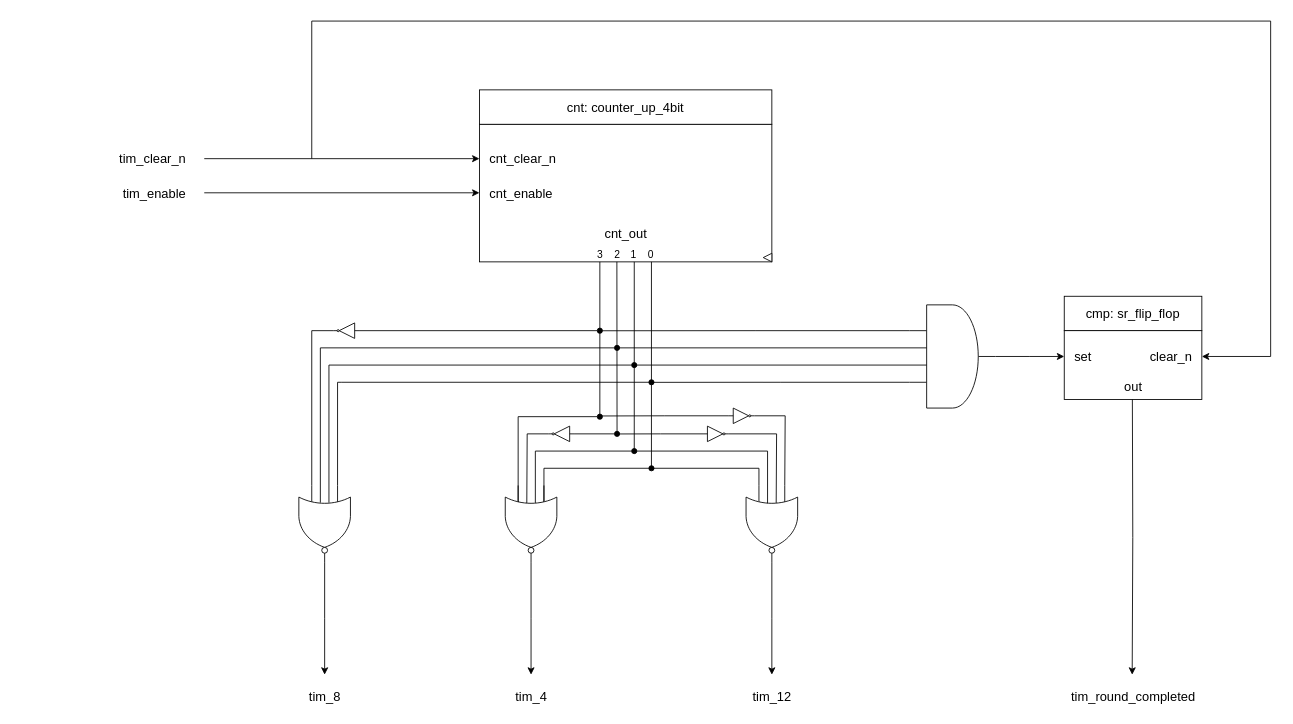
AndreaBononi/IP_cores keeps this draw.io diagram as page "timer_m16" (4 of 4) of IP_cores/AvalonMM_to_hRAM/SSRAM_to_hRAM_v1/rtl/SSRAM_to_hRAM.drawio. Above is the earlier version. Source tidied: cells renumbered, new cells numbered last; positions are measured from the earlier drawing's top-left corner, leaving out a move shared by most shapes. Both pictures are drawn from the tidied source at 86%, with x=0, y=0 at pixel (101, 21).
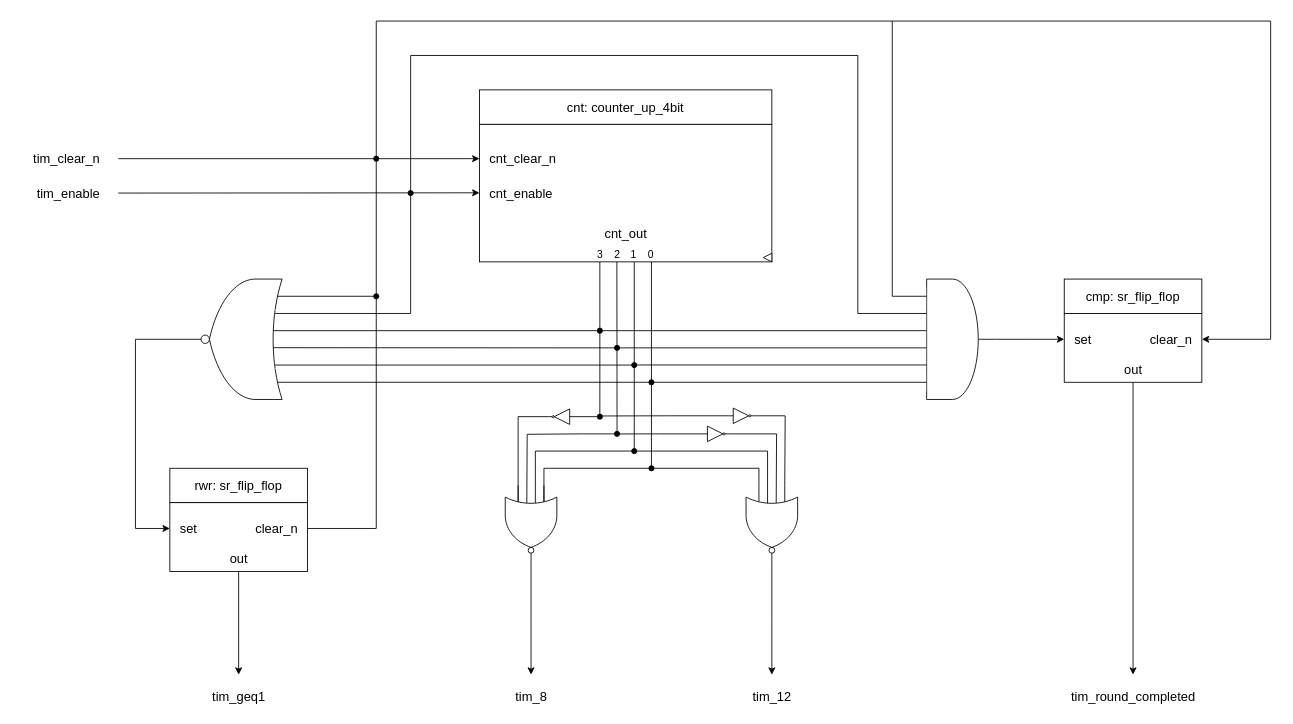
Above is the later version.

What changed in the source:
```diff
@@
     <mxCell id="3" value="tim_enable" style="text;html=1;align=right;verticalAlign=middle;strokeColor=none;fillColor=none;fontSize=15;rotation=0;" parent="1" vertex="1">
-      <mxGeometry y="185" width="100" height="30" as="geometry" />
+      <mxGeometry x="-100" y="185" width="100" height="30" as="geometry" />
     </mxCell>
     <mxCell id="4" value="tim_clear_n" style="text;html=1;align=right;verticalAlign=middle;strokeColor=none;fillColor=none;fontSize=15;rotation=0;" parent="1" vertex="1">
-      <mxGeometry y="145" width="100" height="30" as="geometry" />
+      <mxGeometry x="-100" y="145" width="100" height="30" as="geometry" />
     </mxCell>
@@
     <mxCell id="6" value="tim_8" style="text;html=1;align=center;verticalAlign=middle;strokeColor=none;fillColor=none;fontSize=15;rotation=0;" parent="1" vertex="1">
-      <mxGeometry x="230" y="770" width="60" height="30" as="geometry" />
+      <mxGeometry x="470" y="770" width="60" height="30" as="geometry" />
     </mxCell>
@@
     <mxCell id="11" style="endArrow=classic;html=1;rounded=0;" parent="1" edge="1">
       <mxGeometry relative="1" as="geometry">
-        <mxPoint x="120" y="160" as="sourcePoint" />
+        <mxPoint x="20" y="160" as="sourcePoint" />
         <mxPoint x="440" y="160" as="targetPoint" />
       </mxGeometry>
     </mxCell>
     <mxCell id="12" style="endArrow=classic;html=1;rounded=0;" parent="1" edge="1">
       <mxGeometry relative="1" as="geometry">
-        <mxPoint x="120" y="199.7" as="sourcePoint" />
+        <mxPoint x="20" y="200" as="sourcePoint" />
         <mxPoint x="440" y="199.7" as="targetPoint" />
       </mxGeometry>
     </mxCell>
@@
-    <mxCell id="22" style="edgeStyle=orthogonalEdgeStyle;rounded=0;jettySize=auto;html=1;exitX=1;exitY=0.5;exitDx=0;exitDy=0;exitPerimeter=0;entryX=0;entryY=0.75;entryDx=0;entryDy=0;entryPerimeter=0;endArrow=none;endFill=0;" parent="1" edge="1" source="23" target="29">
-      <mxGeometry relative="1" as="geometry" />
-    </mxCell>
-    <mxCell id="23" style="verticalLabelPosition=bottom;shadow=0;dashed=0;align=center;html=1;verticalAlign=top;shape=mxgraph.electrical.logic_gates.inverter_2;direction=west;" parent="1" vertex="1">
-      <mxGeometry x="270" y="351" width="30" height="18" as="geometry" />
-    </mxCell>
-    <mxCell id="24" style="endArrow=oval;html=1;rounded=0;endFill=1;entryX=0;entryY=0.5;entryDx=0;entryDy=0;entryPerimeter=0;" parent="1" edge="1">
-      <mxGeometry relative="1" as="geometry">
-        <mxPoint x="300" y="360" as="sourcePoint" />
-        <mxPoint x="580" y="360" as="targetPoint" />
-      </mxGeometry>
-    </mxCell>
-    <mxCell id="25" style="endArrow=oval;html=1;rounded=0;endFill=1;" parent="1" edge="1">
-      <mxGeometry relative="1" as="geometry">
-        <mxPoint x="255" y="560" as="sourcePoint" />
-        <mxPoint x="600" y="380" as="targetPoint" />
-        <Array as="points">
-          <mxPoint x="255" y="380" />
-        </Array>
-      </mxGeometry>
-    </mxCell>
-    <mxCell id="26" style="endArrow=oval;html=1;rounded=0;endFill=1;" parent="1" edge="1">
-      <mxGeometry relative="1" as="geometry">
-        <mxPoint x="265" y="560" as="sourcePoint" />
-        <mxPoint x="620" y="400" as="targetPoint" />
-        <Array as="points">
-          <mxPoint x="265" y="400" />
-        </Array>
-      </mxGeometry>
-    </mxCell>
-    <mxCell id="27" style="endArrow=oval;html=1;rounded=0;endFill=1;exitX=0;exitY=0.25;exitDx=0;exitDy=0;exitPerimeter=0;" parent="1" edge="1" source="29">
-      <mxGeometry relative="1" as="geometry">
-        <mxPoint x="640" y="420" as="targetPoint" />
-        <Array as="points">
-          <mxPoint x="275" y="420" />
-          <mxPoint x="280" y="420" />
-        </Array>
-      </mxGeometry>
-    </mxCell>
-    <mxCell id="28" style="edgeStyle=orthogonalEdgeStyle;rounded=0;jettySize=auto;html=1;exitX=1;exitY=0.5;exitDx=0;exitDy=0;exitPerimeter=0;" parent="1" edge="1" source="29">
+    <mxCell id="28" style="edgeStyle=orthogonalEdgeStyle;rounded=0;orthogonalLoop=1;jettySize=auto;html=1;exitX=1;exitY=0.5;exitDx=0;exitDy=0;exitPerimeter=0;" parent="1" edge="1">
       <mxGeometry relative="1" as="geometry">
-        <mxPoint x="260" y="760" as="targetPoint" />
+        <mxPoint x="160" y="640" as="sourcePoint" />
+        <mxPoint x="160" y="760" as="targetPoint" />
       </mxGeometry>
     </mxCell>
-    <mxCell id="29" style="verticalLabelPosition=bottom;shadow=0;dashed=0;align=center;html=1;verticalAlign=top;shape=mxgraph.electrical.logic_gates.logic_gate;operation=or;negating=1;negSize=0.15;direction=south;" parent="1" vertex="1">
-      <mxGeometry x="230" y="540" width="60" height="90" as="geometry" />
-    </mxCell>
@@
-    <mxCell id="31" style="endArrow=oval;html=1;rounded=0;endFill=1;" parent="1" edge="1">
+    <mxCell id="31" style="endArrow=oval;html=1;rounded=0;endFill=1;exitX=0;exitY=0.5;exitDx=0;exitDy=0;exitPerimeter=0;" parent="1" edge="1" source="35">
       <mxGeometry relative="1" as="geometry">
-        <mxPoint x="485" y="460" as="sourcePoint" />
         <mxPoint x="580" y="460" as="targetPoint" />
       </mxGeometry>
     </mxCell>
@@
     <mxCell id="33" style="endArrow=oval;html=1;rounded=0;endFill=1;" parent="1" edge="1">
       <mxGeometry relative="1" as="geometry">
-        <mxPoint x="550" y="480" as="sourcePoint" />
+        <mxPoint x="560" y="480" as="sourcePoint" />
         <mxPoint x="600" y="480" as="targetPoint" />
       </mxGeometry>
     </mxCell>
-    <mxCell id="34" style="edgeStyle=orthogonalEdgeStyle;rounded=0;jettySize=auto;html=1;exitX=1;exitY=0.5;exitDx=0;exitDy=0;exitPerimeter=0;endArrow=none;endFill=0;" parent="1" edge="1" source="35">
+    <mxCell id="34" style="edgeStyle=orthogonalEdgeStyle;rounded=0;orthogonalLoop=1;jettySize=auto;html=1;endArrow=none;endFill=0;" parent="1" edge="1">
       <mxGeometry relative="1" as="geometry">
+        <mxPoint x="560" y="480" as="sourcePoint" />
         <mxPoint x="495" y="570" as="targetPoint" />
       </mxGeometry>
     </mxCell>
+    <mxCell id="64" style="edgeStyle=orthogonalEdgeStyle;rounded=0;jettySize=auto;html=1;exitX=1;exitY=0.5;exitDx=0;exitDy=0;exitPerimeter=0;endArrow=none;endFill=0;" parent="1" edge="1" source="35">
+      <mxGeometry relative="1" as="geometry">
+        <mxPoint x="485" y="460" as="targetPoint" />
+      </mxGeometry>
+    </mxCell>
     <mxCell id="35" style="verticalLabelPosition=bottom;shadow=0;dashed=0;align=center;html=1;verticalAlign=top;shape=mxgraph.electrical.logic_gates.inverter_2;direction=west;" parent="1" vertex="1">
-      <mxGeometry x="520" y="471" width="30" height="18" as="geometry" />
+      <mxGeometry x="520" y="451" width="30" height="18" as="geometry" />
     </mxCell>
@@
-    <mxCell id="39" value="tim_4" style="text;html=1;align=center;verticalAlign=middle;strokeColor=none;fillColor=none;fontSize=15;rotation=0;" parent="1" vertex="1">
-      <mxGeometry x="470" y="770" width="60" height="30" as="geometry" />
+    <mxCell id="39" value="tim_geq1" style="text;html=1;align=center;verticalAlign=middle;strokeColor=none;fillColor=none;fontSize=15;rotation=0;" parent="1" vertex="1">
+      <mxGeometry x="115" y="770" width="90" height="30" as="geometry" />
     </mxCell>
@@
-    <mxCell id="51" style="edgeStyle=orthogonalEdgeStyle;rounded=0;jettySize=auto;html=1;exitX=0;exitY=0.25;exitDx=0;exitDy=0;exitPerimeter=0;endArrow=none;endFill=0;" parent="1" edge="1" source="54">
-      <mxGeometry relative="1" as="geometry">
-        <mxPoint x="580" y="360.1" as="targetPoint" />
-      </mxGeometry>
-    </mxCell>
-    <mxCell id="52" style="edgeStyle=orthogonalEdgeStyle;rounded=0;jettySize=auto;html=1;exitX=0;exitY=0.75;exitDx=0;exitDy=0;exitPerimeter=0;endArrow=none;endFill=0;" parent="1" edge="1" source="54">
-      <mxGeometry relative="1" as="geometry">
-        <mxPoint x="640" y="420.1" as="targetPoint" />
-      </mxGeometry>
-    </mxCell>
     <mxCell id="53" style="edgeStyle=orthogonalEdgeStyle;rounded=0;jettySize=auto;html=1;exitX=1;exitY=0.5;exitDx=0;exitDy=0;exitPerimeter=0;" parent="1" edge="1" source="54">
       <mxGeometry relative="1" as="geometry">
-        <mxPoint x="1120" y="390" as="targetPoint" />
+        <mxPoint x="1120" y="370" as="targetPoint" />
       </mxGeometry>
     </mxCell>
     <mxCell id="54" style="verticalLabelPosition=bottom;shadow=0;dashed=0;align=center;html=1;verticalAlign=top;shape=mxgraph.electrical.logic_gates.logic_gate;operation=and;" parent="1" vertex="1">
-      <mxGeometry x="940" y="330" width="100" height="120" as="geometry" />
+      <mxGeometry x="940" y="300" width="100" height="140" as="geometry" />
     </mxCell>
-    <mxCell id="55" style="endArrow=none;html=1;rounded=0;" parent="1" edge="1">
-      <mxGeometry relative="1" as="geometry">
-        <mxPoint x="620" y="400" as="sourcePoint" />
-        <mxPoint x="960" y="400" as="targetPoint" />
-      </mxGeometry>
-    </mxCell>
-    <mxCell id="56" style="endArrow=none;html=1;rounded=0;" parent="1" edge="1">
-      <mxGeometry relative="1" as="geometry">
-        <mxPoint x="600" y="380" as="sourcePoint" />
-        <mxPoint x="960" y="380" as="targetPoint" />
-      </mxGeometry>
-    </mxCell>
     <mxCell id="57" value="&lt;font style=&quot;font-size: 15px;&quot;&gt;cmp: sr_flip_flop&lt;/font&gt;" style="rounded=0;whiteSpace=wrap;html=1;" parent="1" vertex="1">
-      <mxGeometry x="1120" y="320" width="160" height="40" as="geometry" />
+      <mxGeometry x="1120" y="300" width="160" height="40" as="geometry" />
     </mxCell>
     <mxCell id="58" style="rounded=0;whiteSpace=wrap;html=1;" parent="1" vertex="1">
-      <mxGeometry x="1120" y="360" width="160" height="80" as="geometry" />
+      <mxGeometry x="1120" y="340" width="160" height="80" as="geometry" />
     </mxCell>
     <mxCell id="59" value="set" style="text;html=1;align=left;verticalAlign=middle;strokeColor=none;fillColor=none;fontSize=15;rotation=0;" parent="1" vertex="1">
-      <mxGeometry x="1130" y="375" width="40" height="30" as="geometry" />
+      <mxGeometry x="1130" y="355" width="40" height="30" as="geometry" />
     </mxCell>
     <mxCell id="60" value="clear_n" style="text;html=1;align=right;verticalAlign=middle;strokeColor=none;fillColor=none;fontSize=15;rotation=0;" parent="1" vertex="1">
-      <mxGeometry x="1200" y="375" width="70" height="30" as="geometry" />
+      <mxGeometry x="1200" y="355" width="70" height="30" as="geometry" />
     </mxCell>
     <mxCell id="61" value="out" style="text;html=1;align=center;verticalAlign=middle;strokeColor=none;fillColor=none;fontSize=15;rotation=0;" parent="1" vertex="1">
-      <mxGeometry x="1180" y="410" width="40" height="30" as="geometry" />
+      <mxGeometry x="1180" y="390" width="40" height="30" as="geometry" />
     </mxCell>
-    <mxCell id="62" style="edgeStyle=orthogonalEdgeStyle;rounded=0;orthogonalLoop=1;jettySize=auto;html=1;exitX=1;exitY=0.5;exitDx=0;exitDy=0;exitPerimeter=0;" parent="1" edge="1">
+    <mxCell id="62" style="edgeStyle=orthogonalEdgeStyle;rounded=0;orthogonalLoop=1;jettySize=auto;html=1;" parent="1" edge="1">
       <mxGeometry relative="1" as="geometry">
-        <mxPoint x="1199.2" y="440" as="sourcePoint" />
-        <mxPoint x="1199" y="760" as="targetPoint" />
+        <mxPoint x="1200" y="420" as="sourcePoint" />
+        <mxPoint x="1200" y="760" as="targetPoint" />
       </mxGeometry>
     </mxCell>
     <mxCell id="63" style="endArrow=classic;html=1;rounded=0;" parent="1" edge="1">
       <mxGeometry relative="1" as="geometry">
-        <mxPoint x="245" y="160" as="sourcePoint" />
-        <mxPoint x="1280" y="390" as="targetPoint" />
+        <mxPoint x="320" y="160" as="sourcePoint" />
+        <mxPoint x="1280" y="370" as="targetPoint" />
         <Array as="points">
-          <mxPoint x="245" />
+          <mxPoint x="320" />
           <mxPoint x="1360" />
-          <mxPoint x="1360" y="390" />
+          <mxPoint x="1360" y="370" />
         </Array>
       </mxGeometry>
     </mxCell>
+    <mxCell id="65" style="rounded=0;whiteSpace=wrap;html=1;strokeColor=#FFFFFF;" parent="1" vertex="1">
+      <mxGeometry x="940" y="310" width="19" height="120" as="geometry" />
+    </mxCell>
+    <mxCell id="66" style="endArrow=none;html=1;rounded=0;" parent="1" edge="1">
+      <mxGeometry relative="1" as="geometry">
+        <mxPoint x="600" y="380" as="sourcePoint" />
+        <mxPoint x="960" y="380" as="targetPoint" />
+      </mxGeometry>
+    </mxCell>
+    <mxCell id="67" style="endArrow=none;html=1;rounded=0;" parent="1" edge="1">
+      <mxGeometry relative="1" as="geometry">
+        <mxPoint x="620" y="399.9" as="sourcePoint" />
+        <mxPoint x="960" y="399.9" as="targetPoint" />
+      </mxGeometry>
+    </mxCell>
+    <mxCell id="68" style="edgeStyle=orthogonalEdgeStyle;rounded=0;orthogonalLoop=1;jettySize=auto;html=1;endArrow=none;endFill=0;" parent="1" edge="1">
+      <mxGeometry relative="1" as="geometry">
+        <mxPoint x="960" y="360" as="sourcePoint" />
+        <mxPoint x="580" y="360" as="targetPoint" />
+      </mxGeometry>
+    </mxCell>
+    <mxCell id="69" style="edgeStyle=orthogonalEdgeStyle;rounded=0;orthogonalLoop=1;jettySize=auto;html=1;endArrow=none;endFill=0;" parent="1" edge="1">
+      <mxGeometry relative="1" as="geometry">
+        <mxPoint x="960" y="420" as="sourcePoint" />
+        <mxPoint x="640" y="420" as="targetPoint" />
+      </mxGeometry>
+    </mxCell>
+    <mxCell id="70" style="endArrow=none;html=1;rounded=0;endFill=0;" parent="1" edge="1">
+      <mxGeometry relative="1" as="geometry">
+        <mxPoint x="360" y="200" as="sourcePoint" />
+        <mxPoint x="960" y="340" as="targetPoint" />
+        <Array as="points">
+          <mxPoint x="360" y="40" />
+          <mxPoint x="880" y="40" />
+          <mxPoint x="880" y="340" />
+        </Array>
+      </mxGeometry>
+    </mxCell>
+    <mxCell id="71" style="endArrow=none;html=1;rounded=0;" parent="1" edge="1">
+      <mxGeometry relative="1" as="geometry">
+        <mxPoint x="960" y="320" as="sourcePoint" />
+        <mxPoint x="920" as="targetPoint" />
+        <Array as="points">
+          <mxPoint x="920" y="320" />
+        </Array>
+      </mxGeometry>
+    </mxCell>
+    <mxCell id="72" style="edgeStyle=orthogonalEdgeStyle;rounded=0;jettySize=auto;html=1;exitX=1;exitY=0.5;exitDx=0;exitDy=0;exitPerimeter=0;" parent="1" edge="1" source="73">
+      <mxGeometry relative="1" as="geometry">
+        <mxPoint x="80" y="590" as="targetPoint" />
+        <Array as="points">
+          <mxPoint x="40" y="370" />
+          <mxPoint x="40" y="590" />
+        </Array>
+      </mxGeometry>
+    </mxCell>
+    <mxCell id="73" style="verticalLabelPosition=bottom;shadow=0;dashed=0;align=center;html=1;verticalAlign=top;shape=mxgraph.electrical.logic_gates.logic_gate;operation=or;negating=1;negSize=0.15;direction=west;" parent="1" vertex="1">
+      <mxGeometry x="100" y="300" width="130" height="140" as="geometry" />
+    </mxCell>
+    <mxCell id="74" style="rounded=0;whiteSpace=wrap;html=1;strokeColor=#FFFFFF;rotation=8;strokeWidth=1;" parent="1" vertex="1">
+      <mxGeometry x="203.4" y="335" width="6.3" height="2" as="geometry" />
+    </mxCell>
+    <mxCell id="75" style="rounded=0;whiteSpace=wrap;html=1;strokeColor=#FFFFFF;rotation=352;strokeWidth=1;flipH=0;flipV=1;" parent="1" vertex="1">
+      <mxGeometry x="203.4" y="403" width="6.3" height="2" as="geometry" />
+    </mxCell>
+    <mxCell id="76" style="rounded=0;whiteSpace=wrap;html=1;strokeColor=#FFFFFF;" parent="1" vertex="1">
+      <mxGeometry x="205.7" y="400" width="24.3" height="10" as="geometry" />
+    </mxCell>
+    <mxCell id="77" style="rounded=0;whiteSpace=wrap;html=1;strokeColor=#FFFFFF;" parent="1" vertex="1">
+      <mxGeometry x="205.7" y="330" width="24.3" height="10" as="geometry" />
+    </mxCell>
+    <mxCell id="78" style="endArrow=oval;html=1;rounded=0;endFill=1;" parent="1" edge="1">
+      <mxGeometry relative="1" as="geometry">
+        <mxPoint x="200" y="360" as="sourcePoint" />
+        <mxPoint x="580" y="360" as="targetPoint" />
+      </mxGeometry>
+    </mxCell>
+    <mxCell id="79" style="endArrow=oval;html=1;rounded=0;endFill=1;" parent="1" edge="1">
+      <mxGeometry relative="1" as="geometry">
+        <mxPoint x="200" y="379.8" as="sourcePoint" />
+        <mxPoint x="600" y="380" as="targetPoint" />
+      </mxGeometry>
+    </mxCell>
+    <mxCell id="80" style="endArrow=oval;html=1;rounded=0;endFill=1;" parent="1" edge="1">
+      <mxGeometry relative="1" as="geometry">
+        <mxPoint x="202.4" y="400" as="sourcePoint" />
+        <mxPoint x="620" y="400" as="targetPoint" />
+      </mxGeometry>
+    </mxCell>
+    <mxCell id="81" style="endArrow=oval;html=1;rounded=0;endFill=1;" parent="1" edge="1">
+      <mxGeometry relative="1" as="geometry">
+        <mxPoint x="205.4" y="420" as="sourcePoint" />
+        <mxPoint x="640" y="420" as="targetPoint" />
+      </mxGeometry>
+    </mxCell>
+    <mxCell id="82" style="edgeStyle=orthogonalEdgeStyle;rounded=0;orthogonalLoop=1;jettySize=auto;html=1;endArrow=oval;endFill=1;" parent="1" edge="1">
+      <mxGeometry relative="1" as="geometry">
+        <mxPoint x="202.4" y="340" as="sourcePoint" />
+        <mxPoint x="360" y="200" as="targetPoint" />
+        <Array as="points">
+          <mxPoint x="360" y="340" />
+        </Array>
+      </mxGeometry>
+    </mxCell>
+    <mxCell id="83" style="edgeStyle=orthogonalEdgeStyle;rounded=0;orthogonalLoop=1;jettySize=auto;html=1;endArrow=oval;endFill=1;" parent="1" edge="1">
+      <mxGeometry relative="1" as="geometry">
+        <mxPoint x="204.7" y="320" as="sourcePoint" />
+        <mxPoint x="320" y="160" as="targetPoint" />
+        <Array as="points">
+          <mxPoint x="320" y="320" />
+        </Array>
+      </mxGeometry>
+    </mxCell>
+    <mxCell id="84" value="&lt;font style=&quot;font-size: 15px;&quot;&gt;rwr: sr_flip_flop&lt;/font&gt;" style="rounded=0;whiteSpace=wrap;html=1;" parent="1" vertex="1">
+      <mxGeometry x="80" y="520" width="160" height="40" as="geometry" />
+    </mxCell>
+    <mxCell id="85" style="rounded=0;whiteSpace=wrap;html=1;" parent="1" vertex="1">
+      <mxGeometry x="80" y="560" width="160" height="80" as="geometry" />
+    </mxCell>
+    <mxCell id="86" value="set" style="text;html=1;align=left;verticalAlign=middle;strokeColor=none;fillColor=none;fontSize=15;rotation=0;" parent="1" vertex="1">
+      <mxGeometry x="90" y="575" width="40" height="30" as="geometry" />
+    </mxCell>
+    <mxCell id="87" value="clear_n" style="text;html=1;align=right;verticalAlign=middle;strokeColor=none;fillColor=none;fontSize=15;rotation=0;" parent="1" vertex="1">
+      <mxGeometry x="160" y="575" width="70" height="30" as="geometry" />
+    </mxCell>
+    <mxCell id="88" value="out" style="text;html=1;align=center;verticalAlign=middle;strokeColor=none;fillColor=none;fontSize=15;rotation=0;" parent="1" vertex="1">
+      <mxGeometry x="140" y="610" width="40" height="30" as="geometry" />
+    </mxCell>
+    <mxCell id="89" style="endArrow=oval;html=1;rounded=0;endFill=1;" parent="1" edge="1">
+      <mxGeometry relative="1" as="geometry">
+        <mxPoint x="240" y="590" as="sourcePoint" />
+        <mxPoint x="320" y="320" as="targetPoint" />
+        <Array as="points">
+          <mxPoint x="320" y="590" />
+        </Array>
+      </mxGeometry>
+    </mxCell>
```
